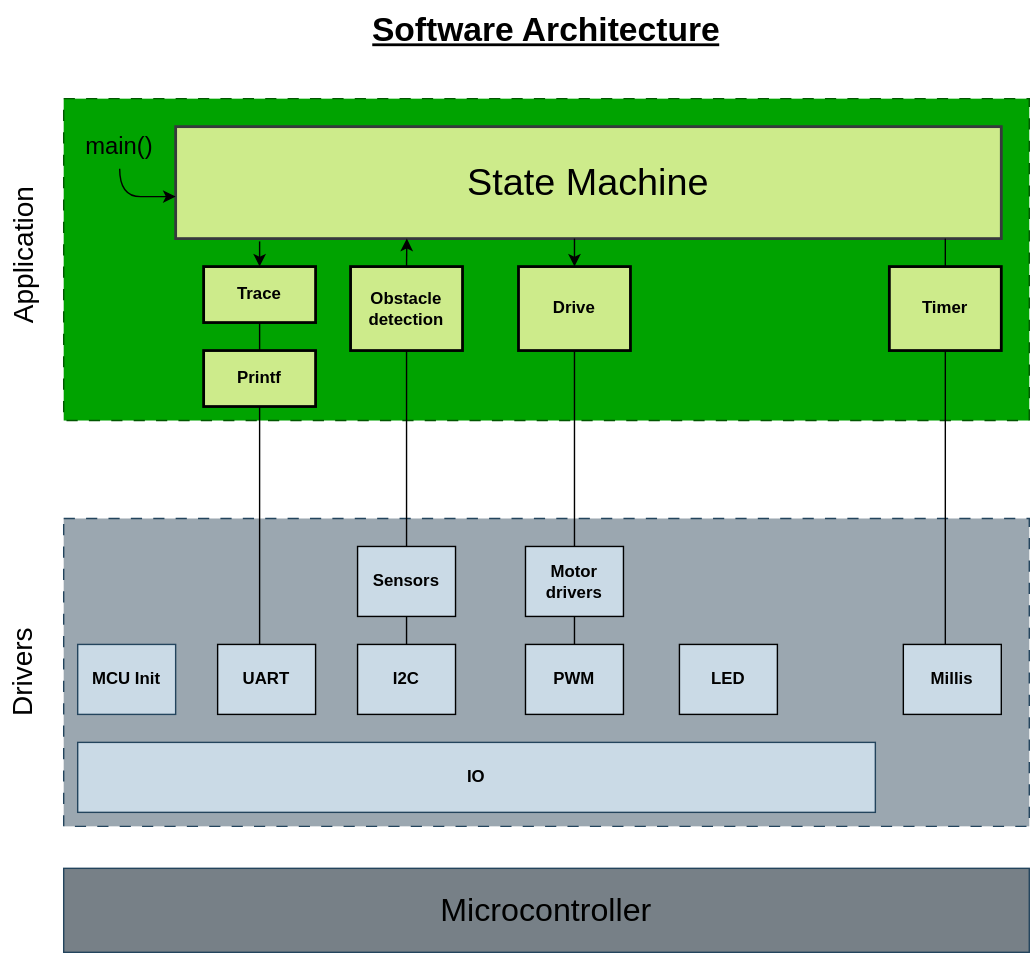
Earlier version of the draw.io export docs/photos/software_architecture.svg (puklu/ExplorerOne). Source tidied: cells renumbered, new cells last; positions are measured from the earlier drawing's top-left corner, leaving out a move shared by most shapes. Its diagram source:
```xml
<mxGraphModel>
  <root>
    <mxCell id="0" />
    <mxCell id="1" parent="0" />
    <mxCell id="2" value="Microcontroller" style="rounded=0;whiteSpace=wrap;html=1;fillColor=#778087;strokeColor=#23445d;fontSize=23;" parent="1" vertex="1">
      <mxGeometry x="142" y="620" width="690" height="60" as="geometry" />
    </mxCell>
    <mxCell id="3" style="rounded=0;whiteSpace=wrap;html=1;fillColor=#9BA7B0;strokeColor=#23445d;dashed=1;dashPattern=8 8;" parent="1" vertex="1">
      <mxGeometry x="142" y="370" width="690" height="220" as="geometry" />
    </mxCell>
    <mxCell id="4" value="IO" style="rounded=0;whiteSpace=wrap;html=1;fillColor=#CADAE6;strokeColor=#23445d;fontStyle=1;" parent="1" vertex="1">
      <mxGeometry x="152" y="530" width="570" height="50" as="geometry" />
    </mxCell>
    <mxCell id="5" value="MCU Init" style="rounded=0;whiteSpace=wrap;html=1;fillColor=#CADAE6;strokeColor=#23445d;fontStyle=1;" parent="1" vertex="1">
      <mxGeometry x="152" y="460" width="70" height="50" as="geometry" />
    </mxCell>
    <mxCell id="6" value="UART" style="rounded=0;whiteSpace=wrap;html=1;fillColor=#CADAE6;fontStyle=1;" parent="1" vertex="1">
      <mxGeometry x="252" y="460" width="70" height="50" as="geometry" />
    </mxCell>
    <mxCell id="7" value="I2C" style="rounded=0;whiteSpace=wrap;html=1;fillColor=#CADAE6;fontStyle=1;" parent="1" vertex="1">
      <mxGeometry x="352" y="460" width="70" height="50" as="geometry" />
    </mxCell>
    <mxCell id="8" value="Sensors" style="rounded=0;whiteSpace=wrap;html=1;fillColor=#CADAE6;fontStyle=1;" parent="1" vertex="1">
      <mxGeometry x="352" y="390" width="70" height="50" as="geometry" />
    </mxCell>
    <mxCell id="9" value="PWM" style="rounded=0;whiteSpace=wrap;html=1;fillColor=#CADAE6;fontStyle=1;" parent="1" vertex="1">
      <mxGeometry x="472" y="460" width="70" height="50" as="geometry" />
    </mxCell>
    <mxCell id="10" value="Motor drivers" style="rounded=0;whiteSpace=wrap;html=1;fillColor=#CADAE6;fontStyle=1;" parent="1" vertex="1">
      <mxGeometry x="472" y="390" width="70" height="50" as="geometry" />
    </mxCell>
    <mxCell id="11" value="LED" style="rounded=0;whiteSpace=wrap;html=1;fillColor=#CADAE6;fontStyle=1;" parent="1" vertex="1">
      <mxGeometry x="582" y="460" width="70" height="50" as="geometry" />
    </mxCell>
    <mxCell id="12" value="Millis" style="rounded=0;whiteSpace=wrap;html=1;fillColor=#CADAE6;fontStyle=1;" parent="1" vertex="1">
      <mxGeometry x="742" y="460" width="70" height="50" as="geometry" />
    </mxCell>
    <mxCell id="13" style="rounded=0;whiteSpace=wrap;html=1;dashed=1;dashPattern=8 8;fillColor=#00A300;fontColor=#ffffff;strokeColor=#005700;" parent="1" vertex="1">
      <mxGeometry x="142" y="70" width="690" height="230" as="geometry" />
    </mxCell>
    <mxCell id="14" value="&lt;font color=&quot;#000000&quot; style=&quot;font-size: 27px;&quot;&gt;State Machine&lt;/font&gt;" style="rounded=0;whiteSpace=wrap;html=1;fillColor=#cdeb8b;strokeColor=#36393d;strokeWidth=2;" parent="1" vertex="1">
      <mxGeometry x="222" y="90" width="590" height="80" as="geometry" />
    </mxCell>
    <mxCell id="15" value="Trace" style="rounded=0;whiteSpace=wrap;html=1;fillColor=#CDEB8B;strokeWidth=2;fontStyle=1;" parent="1" vertex="1">
      <mxGeometry x="242" y="190" width="80" height="40" as="geometry" />
    </mxCell>
    <mxCell id="16" value="Printf" style="rounded=0;whiteSpace=wrap;html=1;fillColor=#CDEB8B;strokeWidth=2;fontStyle=1;" parent="1" vertex="1">
      <mxGeometry x="242" y="250" width="80" height="40" as="geometry" />
    </mxCell>
    <mxCell id="17" value="Obstacle detection" style="rounded=0;whiteSpace=wrap;html=1;fillColor=#CDEB8B;strokeWidth=2;fontStyle=1;" parent="1" vertex="1">
      <mxGeometry x="347" y="190" width="80" height="60" as="geometry" />
    </mxCell>
    <mxCell id="18" value="Drive" style="rounded=0;whiteSpace=wrap;html=1;fillColor=#CDEB8B;strokeWidth=2;fontStyle=1;" parent="1" vertex="1">
      <mxGeometry x="467" y="190" width="80" height="60" as="geometry" />
    </mxCell>
    <mxCell id="19" value="Timer" style="rounded=0;whiteSpace=wrap;html=1;fillColor=#CDEB8B;strokeWidth=2;fontStyle=1;" parent="1" vertex="1">
      <mxGeometry x="732" y="190" width="80" height="60" as="geometry" />
    </mxCell>
    <mxCell id="20" style="endArrow=none;html=1;rounded=0;" parent="1" edge="1" target="16">
      <mxGeometry relative="1" as="geometry">
        <mxPoint x="282" y="460" as="sourcePoint" />
      </mxGeometry>
    </mxCell>
    <mxCell id="21" style="endArrow=none;html=1;rounded=0;entryX=0.5;entryY=1;entryDx=0;entryDy=0;exitX=0.5;exitY=0;exitDx=0;exitDy=0;" parent="1" edge="1" source="16" target="15">
      <mxGeometry relative="1" as="geometry" />
    </mxCell>
    <mxCell id="22" style="endArrow=none;html=1;rounded=0;entryX=0.5;entryY=1;entryDx=0;entryDy=0;exitX=0.5;exitY=0;exitDx=0;exitDy=0;" parent="1" edge="1" source="7" target="8">
      <mxGeometry relative="1" as="geometry" />
    </mxCell>
    <mxCell id="23" style="endArrow=none;html=1;rounded=0;entryX=0.5;entryY=1;entryDx=0;entryDy=0;exitX=0.5;exitY=0;exitDx=0;exitDy=0;" parent="1" edge="1" source="9" target="10">
      <mxGeometry relative="1" as="geometry" />
    </mxCell>
    <mxCell id="24" style="endArrow=none;html=1;rounded=0;exitX=0.5;exitY=0;exitDx=0;exitDy=0;entryX=0.5;entryY=1;entryDx=0;entryDy=0;" parent="1" edge="1" source="8" target="17">
      <mxGeometry relative="1" as="geometry" />
    </mxCell>
    <mxCell id="25" style="endArrow=none;html=1;rounded=0;exitX=0.5;exitY=0;exitDx=0;exitDy=0;entryX=0.5;entryY=1;entryDx=0;entryDy=0;" parent="1" edge="1" source="10" target="18">
      <mxGeometry relative="1" as="geometry" />
    </mxCell>
    <mxCell id="26" style="endArrow=none;html=1;rounded=0;entryX=0.5;entryY=1;entryDx=0;entryDy=0;" parent="1" edge="1" target="19">
      <mxGeometry relative="1" as="geometry">
        <mxPoint x="772" y="460" as="sourcePoint" />
      </mxGeometry>
    </mxCell>
    <mxCell id="27" style="endArrow=none;html=1;rounded=0;" parent="1" edge="1">
      <mxGeometry relative="1" as="geometry">
        <mxPoint x="772" y="190" as="sourcePoint" />
        <mxPoint x="772" y="170" as="targetPoint" />
      </mxGeometry>
    </mxCell>
    <mxCell id="28" style="endArrow=classic;html=1;rounded=0;exitX=0.5;exitY=0;exitDx=0;exitDy=0;entryX=0.28;entryY=1;entryDx=0;entryDy=0;entryPerimeter=0;" parent="1" edge="1" source="17" target="14">
      <mxGeometry relative="1" as="geometry" />
    </mxCell>
    <mxCell id="29" style="endArrow=classic;html=1;rounded=0;entryX=0.5;entryY=0;entryDx=0;entryDy=0;" parent="1" edge="1" target="18">
      <mxGeometry relative="1" as="geometry">
        <mxPoint x="507" y="170" as="sourcePoint" />
      </mxGeometry>
    </mxCell>
    <mxCell id="30" style="endArrow=classic;html=1;rounded=0;entryX=0.5;entryY=0;entryDx=0;entryDy=0;" parent="1" edge="1" target="15">
      <mxGeometry relative="1" as="geometry">
        <mxPoint x="282" y="172" as="sourcePoint" />
      </mxGeometry>
    </mxCell>
    <mxCell id="31" value="Drivers" style="text;html=1;align=center;verticalAlign=middle;whiteSpace=wrap;rounded=0;rotation=-90;fontSize=20;" parent="1" vertex="1">
      <mxGeometry x="7" y="465" width="210" height="30" as="geometry" />
    </mxCell>
    <mxCell id="32" value="Application" style="text;html=1;align=center;verticalAlign=middle;whiteSpace=wrap;rounded=0;rotation=-90;fontSize=20;" parent="1" vertex="1">
      <mxGeometry x="-0.5" y="167.5" width="225" height="30" as="geometry" />
    </mxCell>
    <mxCell id="33" value="&lt;font style=&quot;font-size: 17px;&quot;&gt;main()&lt;/font&gt;" style="text;html=1;align=center;verticalAlign=middle;whiteSpace=wrap;rounded=0;" parent="1" vertex="1">
      <mxGeometry x="152" y="90" width="60" height="30" as="geometry" />
    </mxCell>
    <mxCell id="34" style="curved=1;endArrow=classic;html=1;rounded=0;" parent="1" edge="1" source="33">
      <mxGeometry relative="1" as="geometry">
        <mxPoint x="222" y="140" as="targetPoint" />
        <Array as="points">
          <mxPoint x="182" y="140" />
          <mxPoint x="212" y="140" />
        </Array>
      </mxGeometry>
    </mxCell>
    <mxCell id="35" value="&lt;h1 style=&quot;margin-top: 0px;&quot;&gt;&lt;u&gt;Software Architecture&lt;/u&gt;&lt;/h1&gt;" style="text;html=1;whiteSpace=wrap;overflow=hidden;rounded=0;align=center;" parent="1" vertex="1">
      <mxGeometry x="142" width="690" height="50" as="geometry" />
    </mxCell>
  </root>
</mxGraphModel>
```
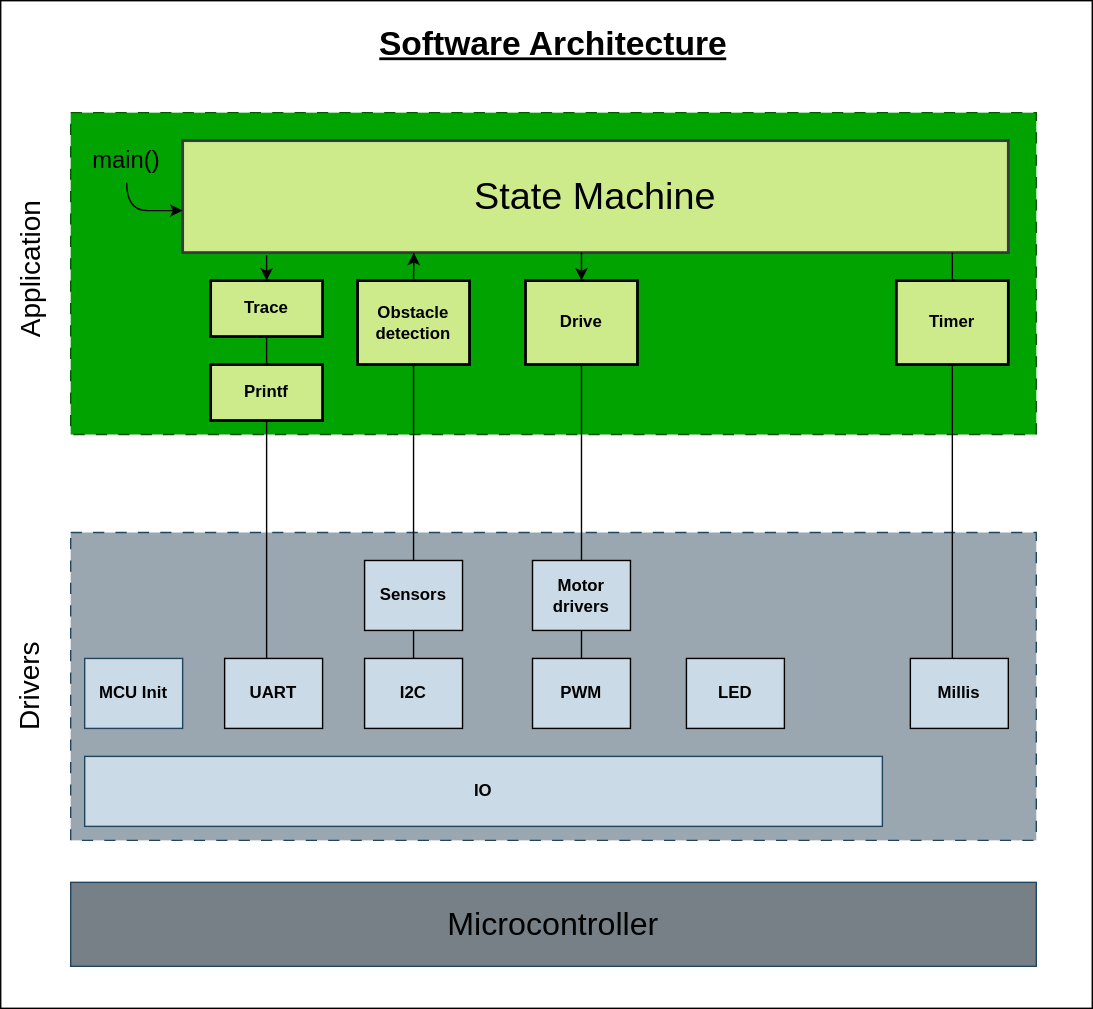
The same diagram one commit later.

Commit message:
fix architecture photo

Diff of the diagram source:
```diff
@@ -2,6 +2,9 @@
   <root>
     <mxCell id="0" />
     <mxCell id="1" parent="0" />
+    <mxCell id="36" style="rounded=0;whiteSpace=wrap;html=1;" parent="1" vertex="1">
+      <mxGeometry x="92" y="-10" width="780" height="720" as="geometry" />
+    </mxCell>
     <mxCell id="2" value="Microcontroller" style="rounded=0;whiteSpace=wrap;html=1;fillColor=#778087;strokeColor=#23445d;fontSize=23;" parent="1" vertex="1">
       <mxGeometry x="142" y="620" width="690" height="60" as="geometry" />
     </mxCell>
```
